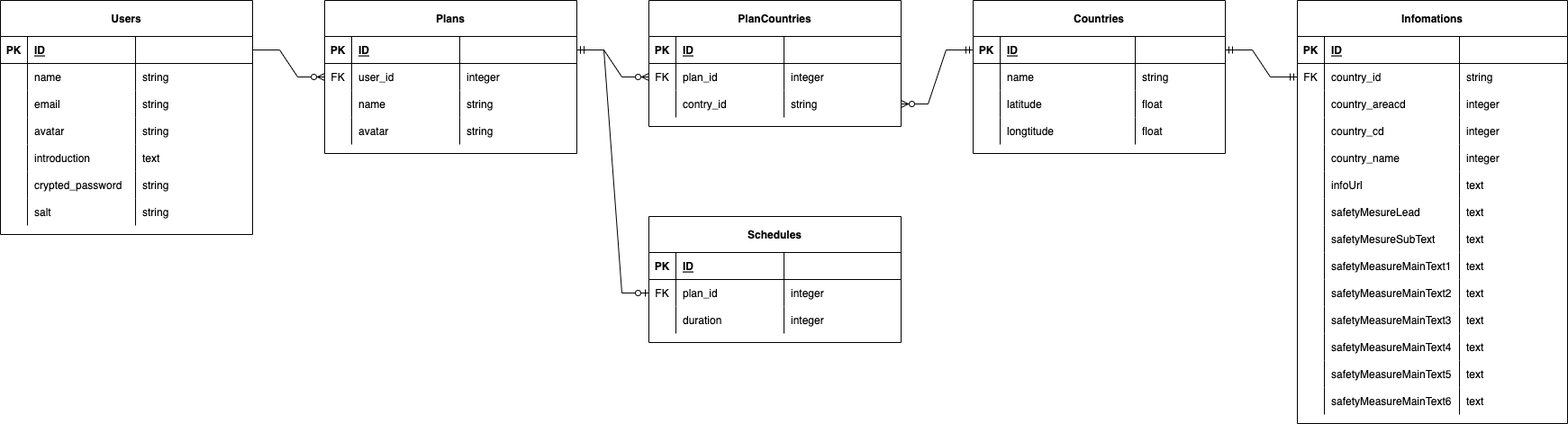
Earlier version of the draw.io export Round_Planner.drawio.png (tomitahisaki/portfolio). Source tidied: cells renumbered, new cells last; positions are measured from the earlier drawing's top-left corner, leaving out a move shared by most shapes.
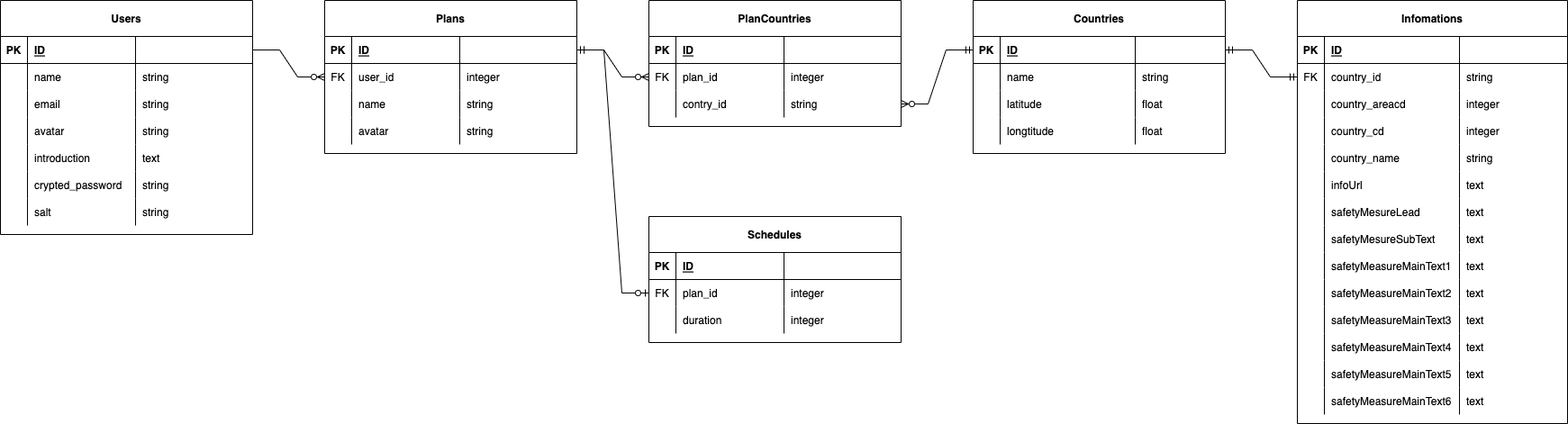
Above is the later version.

Commit message:
Round_Planner.drawio.png を追加しました。

Diff of the diagram source:
```diff
@@ -343,7 +343,7 @@
     <mxCell id="114" value="country_name" style="shape=partialRectangle;overflow=hidden;fillColor=none;top=0;left=0;bottom=0;right=0;align=left;spacingLeft=6;labelBackgroundColor=none;rounded=0;" parent="112" vertex="1">
       <mxGeometry x="30" width="150" height="30" as="geometry" />
     </mxCell>
-    <mxCell id="115" value="integer" style="shape=partialRectangle;overflow=hidden;fillColor=none;top=0;left=0;bottom=0;right=0;align=left;spacingLeft=6;labelBackgroundColor=none;rounded=0;" parent="112" vertex="1">
+    <mxCell id="115" value="string" style="shape=partialRectangle;overflow=hidden;fillColor=none;top=0;left=0;bottom=0;right=0;align=left;spacingLeft=6;labelBackgroundColor=none;rounded=0;" parent="112" vertex="1">
       <mxGeometry x="180" width="120" height="30" as="geometry" />
     </mxCell>
     <mxCell id="116" style="shape=partialRectangle;fillColor=none;top=0;left=0;right=0;bottom=0;labelBackgroundColor=none;rounded=0;" parent="95" vertex="1">
```
